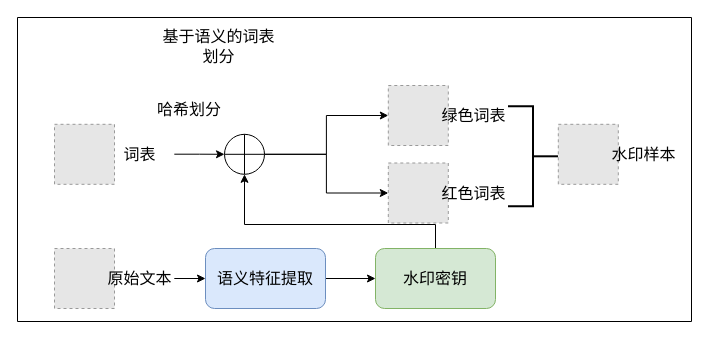
This is Maps/d5.drawio from Icathian-Rain/process_maps, a draw.io file, before an edit. Source tidied: cells renumbered, new cells numbered last; positions are measured from the earlier drawing's top-left corner, leaving out a move shared by most shapes. Both pictures are drawn from the tidied source at 100%, with x=0, y=0 at pixel (17, 17). Pictures stored in the file or linked from it are replaced by grey dashed boxes.
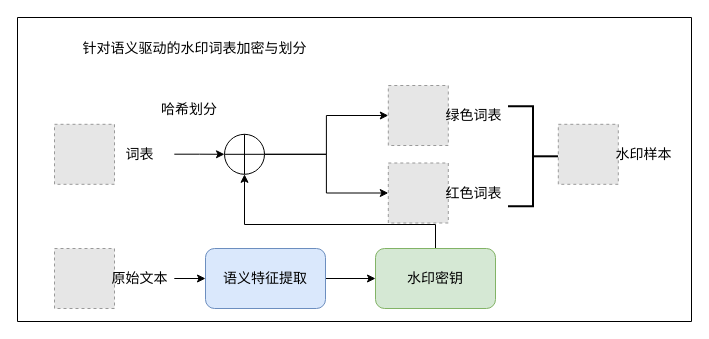
The same diagram, later.

Change to the diagram source:
```diff
@@
-    <mxCell id="2" style="fillColor=#E6E6E6;strokeColor=#999999;dashed=1;verticalLabelPosition=bottom;labelBackgroundColor=default;verticalAlign=top;fontSize=16;" parent="1" vertex="1">
+    <mxCell id="2" style="fillColor=#E6E6E6;strokeColor=#999999;dashed=1;verticalLabelPosition=bottom;labelBackgroundColor=default;verticalAlign=top;fontSize=14;fontFamily=宋体;" parent="1" vertex="1">
       <mxGeometry x="37" y="231" width="60" height="60" as="geometry" />
     </mxCell>
-    <mxCell id="3" style="edgeStyle=orthogonalEdgeStyle;rounded=0;jettySize=auto;html=1;exitX=1;exitY=0.5;exitDx=0;exitDy=0;entryX=0;entryY=0.5;entryDx=0;entryDy=0;fontSize=16;" parent="1" edge="1" source="4" target="6">
+    <mxCell id="3" style="edgeStyle=orthogonalEdgeStyle;rounded=0;jettySize=auto;html=1;exitX=1;exitY=0.5;exitDx=0;exitDy=0;entryX=0;entryY=0.5;entryDx=0;entryDy=0;fontSize=14;fontFamily=宋体;" parent="1" edge="1" source="4" target="6">
       <mxGeometry relative="1" as="geometry" />
     </mxCell>
-    <mxCell id="4" value="原始文本" style="text;html=1;align=center;verticalAlign=middle;whiteSpace=wrap;rounded=0;fontSize=16;strokeWidth=2;" parent="1" vertex="1">
+    <mxCell id="4" value="原始文本" style="text;html=1;align=center;verticalAlign=middle;whiteSpace=wrap;rounded=0;fontSize=14;strokeWidth=2;fontFamily=宋体;" parent="1" vertex="1">
       <mxGeometry x="88" y="238.5" width="68.8" height="45" as="geometry" />
     </mxCell>
-    <mxCell id="5" style="edgeStyle=orthogonalEdgeStyle;rounded=0;jettySize=auto;html=1;fontSize=16;" parent="1" edge="1" source="6" target="8">
+    <mxCell id="5" style="edgeStyle=orthogonalEdgeStyle;rounded=0;jettySize=auto;html=1;fontSize=14;fontFamily=宋体;" parent="1" edge="1" source="6" target="8">
       <mxGeometry relative="1" as="geometry" />
     </mxCell>
-    <mxCell id="6" value="语义特征提取" style="rounded=1;whiteSpace=wrap;html=1;fontSize=16;fillColor=#dae8fc;strokeColor=#6c8ebf;" parent="1" vertex="1">
+    <mxCell id="6" value="语义特征提取" style="rounded=1;whiteSpace=wrap;html=1;fontSize=14;fillColor=#dae8fc;strokeColor=#6c8ebf;fontFamily=宋体;" parent="1" vertex="1">
       <mxGeometry x="188" y="231" width="120" height="60" as="geometry" />
     </mxCell>
-    <mxCell id="7" style="edgeStyle=orthogonalEdgeStyle;rounded=0;jettySize=auto;html=1;exitX=0.5;exitY=0;exitDx=0;exitDy=0;entryX=0.5;entryY=1;entryDx=0;entryDy=0;fontSize=16;" parent="1" edge="1" source="8" target="14">
+    <mxCell id="7" style="edgeStyle=orthogonalEdgeStyle;rounded=0;jettySize=auto;html=1;exitX=0.5;exitY=0;exitDx=0;exitDy=0;entryX=0.5;entryY=1;entryDx=0;entryDy=0;fontSize=14;fontFamily=宋体;" parent="1" edge="1" source="8" target="14">
       <mxGeometry relative="1" as="geometry">
         <Array as="points">
           <mxPoint x="418" y="207" />
           <mxPoint x="227" y="207" />
         </Array>
       </mxGeometry>
     </mxCell>
-    <mxCell id="8" value="水印密钥" style="rounded=1;whiteSpace=wrap;html=1;fontSize=16;fillColor=#d5e8d4;strokeColor=#82b366;" parent="1" vertex="1">
+    <mxCell id="8" value="水印密钥" style="rounded=1;whiteSpace=wrap;html=1;fontSize=14;fillColor=#d5e8d4;strokeColor=#82b366;fontFamily=宋体;" parent="1" vertex="1">
       <mxGeometry x="358" y="231" width="120" height="60" as="geometry" />
     </mxCell>
-    <mxCell id="9" style="fillColor=#E6E6E6;strokeColor=#999999;dashed=1;verticalLabelPosition=bottom;labelBackgroundColor=default;verticalAlign=top;fontSize=16;" parent="1" vertex="1">
+    <mxCell id="9" style="fillColor=#E6E6E6;strokeColor=#999999;dashed=1;verticalLabelPosition=bottom;labelBackgroundColor=default;verticalAlign=top;fontSize=14;fontFamily=宋体;" parent="1" vertex="1">
       <mxGeometry x="37" y="106.8" width="60" height="60" as="geometry" />
     </mxCell>
-    <mxCell id="10" style="edgeStyle=orthogonalEdgeStyle;rounded=0;jettySize=auto;html=1;exitX=1;exitY=0.5;exitDx=0;exitDy=0;entryX=0;entryY=0.5;entryDx=0;entryDy=0;fontSize=16;" parent="1" edge="1" source="11" target="14">
+    <mxCell id="10" style="edgeStyle=orthogonalEdgeStyle;rounded=0;jettySize=auto;html=1;exitX=1;exitY=0.5;exitDx=0;exitDy=0;entryX=0;entryY=0.5;entryDx=0;entryDy=0;fontSize=14;fontFamily=宋体;" parent="1" edge="1" source="11" target="14">
       <mxGeometry relative="1" as="geometry" />
     </mxCell>
-    <mxCell id="11" value="词表" style="text;html=1;align=center;verticalAlign=middle;whiteSpace=wrap;rounded=0;fontSize=16;strokeWidth=2;" parent="1" vertex="1">
+    <mxCell id="11" value="词表" style="text;html=1;align=center;verticalAlign=middle;whiteSpace=wrap;rounded=0;fontSize=14;strokeWidth=2;fontFamily=宋体;" parent="1" vertex="1">
       <mxGeometry x="88" y="114.2" width="68.8" height="45" as="geometry" />
     </mxCell>
-    <mxCell id="12" style="edgeStyle=orthogonalEdgeStyle;rounded=0;jettySize=auto;html=1;exitX=1;exitY=0.5;exitDx=0;exitDy=0;fontSize=16;" parent="1" edge="1" source="14" target="15">
+    <mxCell id="12" style="edgeStyle=orthogonalEdgeStyle;rounded=0;jettySize=auto;html=1;exitX=1;exitY=0.5;exitDx=0;exitDy=0;fontSize=14;fontFamily=宋体;" parent="1" edge="1" source="14" target="15">
       <mxGeometry relative="1" as="geometry" />
     </mxCell>
-    <mxCell id="13" style="edgeStyle=orthogonalEdgeStyle;rounded=0;jettySize=auto;html=1;exitX=1;exitY=0.5;exitDx=0;exitDy=0;fontSize=16;" parent="1" edge="1" source="14" target="17">
+    <mxCell id="13" style="edgeStyle=orthogonalEdgeStyle;rounded=0;jettySize=auto;html=1;exitX=1;exitY=0.5;exitDx=0;exitDy=0;fontSize=14;fontFamily=宋体;" parent="1" edge="1" source="14" target="17">
       <mxGeometry relative="1" as="geometry" />
     </mxCell>
-    <mxCell id="14" style="shape=orEllipse;perimeter=ellipsePerimeter;whiteSpace=wrap;html=1;backgroundOutline=1;fontSize=16;" parent="1" vertex="1">
+    <mxCell id="14" style="shape=orEllipse;perimeter=ellipsePerimeter;whiteSpace=wrap;html=1;backgroundOutline=1;fontSize=14;fontFamily=宋体;" parent="1" vertex="1">
       <mxGeometry x="207" y="116.8" width="40" height="40" as="geometry" />
     </mxCell>
-    <mxCell id="15" style="fillColor=#E6E6E6;strokeColor=#999999;dashed=1;verticalLabelPosition=bottom;labelBackgroundColor=default;verticalAlign=top;fontSize=16;" parent="1" vertex="1">
+    <mxCell id="15" style="fillColor=#E6E6E6;strokeColor=#999999;dashed=1;verticalLabelPosition=bottom;labelBackgroundColor=default;verticalAlign=top;fontSize=14;fontFamily=宋体;" parent="1" vertex="1">
       <mxGeometry x="370.8" y="68" width="60" height="60" as="geometry" />
     </mxCell>
-    <mxCell id="16" value="绿色词表" style="text;html=1;align=center;verticalAlign=middle;whiteSpace=wrap;rounded=0;fontSize=16;strokeWidth=2;" parent="1" vertex="1">
+    <mxCell id="16" value="绿色词表" style="text;html=1;align=center;verticalAlign=middle;whiteSpace=wrap;rounded=0;fontSize=14;strokeWidth=2;fontFamily=宋体;" parent="1" vertex="1">
       <mxGeometry x="421.8" y="75.5" width="68.8" height="45" as="geometry" />
     </mxCell>
-    <mxCell id="17" style="fillColor=#E6E6E6;strokeColor=#999999;dashed=1;verticalLabelPosition=bottom;labelBackgroundColor=default;verticalAlign=top;fontSize=16;" parent="1" vertex="1">
+    <mxCell id="17" style="fillColor=#E6E6E6;strokeColor=#999999;dashed=1;verticalLabelPosition=bottom;labelBackgroundColor=default;verticalAlign=top;fontSize=14;fontFamily=宋体;" parent="1" vertex="1">
       <mxGeometry x="370.8" y="145.5" width="60" height="60" as="geometry" />
     </mxCell>
-    <mxCell id="18" value="红色词表" style="text;html=1;align=center;verticalAlign=middle;whiteSpace=wrap;rounded=0;fontSize=16;strokeWidth=2;" parent="1" vertex="1">
+    <mxCell id="18" value="红色词表" style="text;html=1;align=center;verticalAlign=middle;whiteSpace=wrap;rounded=0;fontSize=14;strokeWidth=2;fontFamily=宋体;" parent="1" vertex="1">
       <mxGeometry x="421.8" y="153" width="68.8" height="45" as="geometry" />
     </mxCell>
-    <mxCell id="19" style="strokeWidth=2;html=1;shape=mxgraph.flowchart.annotation_2;align=left;labelPosition=right;direction=west;fontSize=16;" parent="1" vertex="1">
+    <mxCell id="19" style="strokeWidth=2;html=1;shape=mxgraph.flowchart.annotation_2;align=left;labelPosition=right;direction=west;fontSize=14;fontFamily=宋体;" parent="1" vertex="1">
       <mxGeometry x="490.5" y="88.8" width="50" height="100" as="geometry" />
     </mxCell>
-    <mxCell id="20" style="fillColor=#E6E6E6;strokeColor=#999999;dashed=1;verticalLabelPosition=bottom;labelBackgroundColor=default;verticalAlign=top;fontSize=16;" parent="1" vertex="1">
+    <mxCell id="20" style="fillColor=#E6E6E6;strokeColor=#999999;dashed=1;verticalLabelPosition=bottom;labelBackgroundColor=default;verticalAlign=top;fontSize=14;fontFamily=宋体;" parent="1" vertex="1">
       <mxGeometry x="540.8" y="106.8" width="60" height="60" as="geometry" />
     </mxCell>
-    <mxCell id="21" value="水印样本" style="text;html=1;align=center;verticalAlign=middle;whiteSpace=wrap;rounded=0;fontSize=16;strokeWidth=2;" parent="1" vertex="1">
+    <mxCell id="21" value="水印样本" style="text;html=1;align=center;verticalAlign=middle;whiteSpace=wrap;rounded=0;fontSize=14;strokeWidth=2;fontFamily=宋体;" parent="1" vertex="1">
       <mxGeometry x="591.8" y="114.2" width="68.8" height="45" as="geometry" />
     </mxCell>
-    <mxCell id="22" value="哈希划分" style="text;html=1;align=center;verticalAlign=middle;whiteSpace=wrap;rounded=0;fontSize=16;" parent="1" vertex="1">
+    <mxCell id="22" value="哈希划分" style="text;html=1;align=center;verticalAlign=middle;whiteSpace=wrap;rounded=0;fontSize=14;fontFamily=宋体;" parent="1" vertex="1">
       <mxGeometry x="135" y="77" width="74" height="30" as="geometry" />
     </mxCell>
-    <mxCell id="23" style="swimlane;startSize=0;fontSize=16;" parent="1" vertex="1">
+    <mxCell id="23" style="swimlane;startSize=0;fontSize=14;fontFamily=宋体;" parent="1" vertex="1">
       <mxGeometry width="674" height="304" as="geometry" />
     </mxCell>
-    <mxCell id="24" value="基于语义的词表划分" style="text;html=1;align=center;verticalAlign=middle;whiteSpace=wrap;rounded=0;fontSize=16;" parent="23" vertex="1">
-      <mxGeometry x="142" y="14" width="119" height="30" as="geometry" />
+    <mxCell id="24" value="针对语义驱动的水印词表加密与划分" style="text;html=1;align=center;verticalAlign=middle;whiteSpace=wrap;rounded=0;fontSize=14;fontFamily=宋体;" parent="23" vertex="1">
+      <mxGeometry x="29" y="16" width="297" height="30" as="geometry" />
     </mxCell>
```
